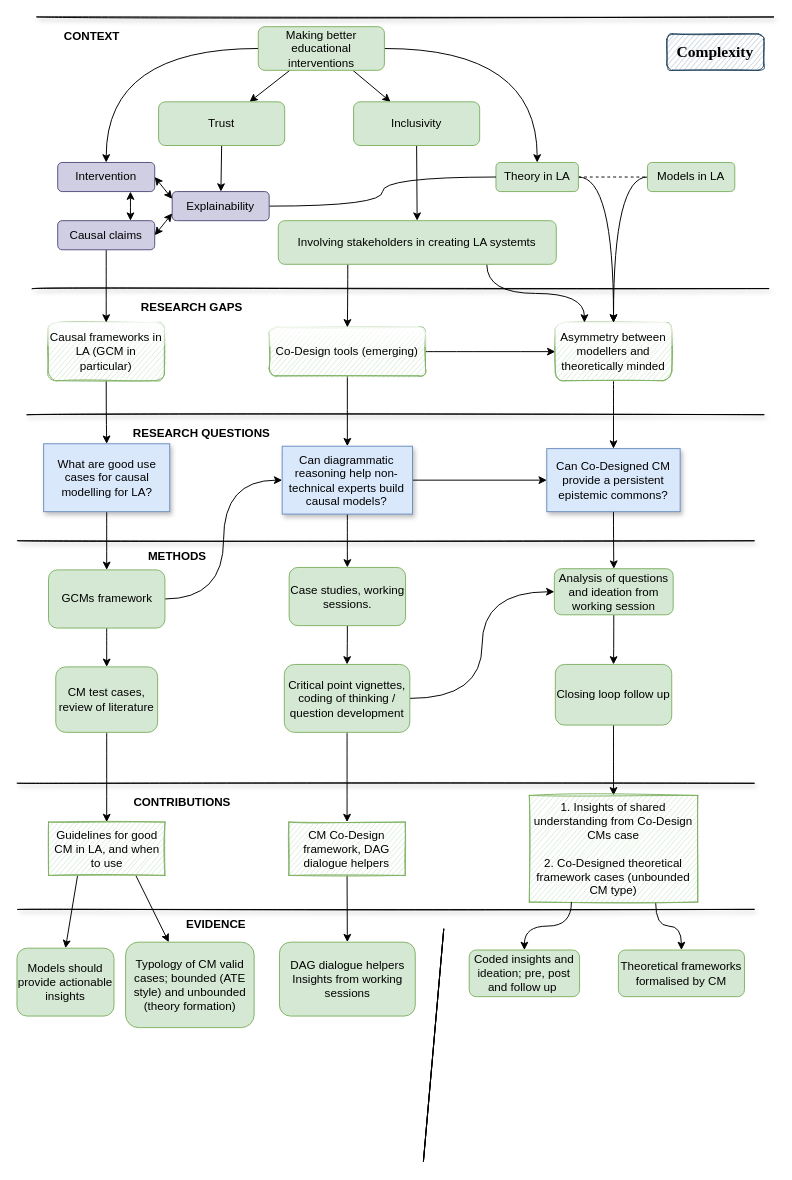
benwhicks/phd keeps this draw.io diagram as page "Page-3" (3 of 3) of Thesis diagram 8.drawio. Above is the earlier version. Source tidied: cells renumbered, new cells numbered last; positions are measured from the earlier drawing's top-left corner, leaving out a move shared by most shapes. Both pictures are drawn from the tidied source at 97%, with x=0, y=0 at pixel (16, 16).
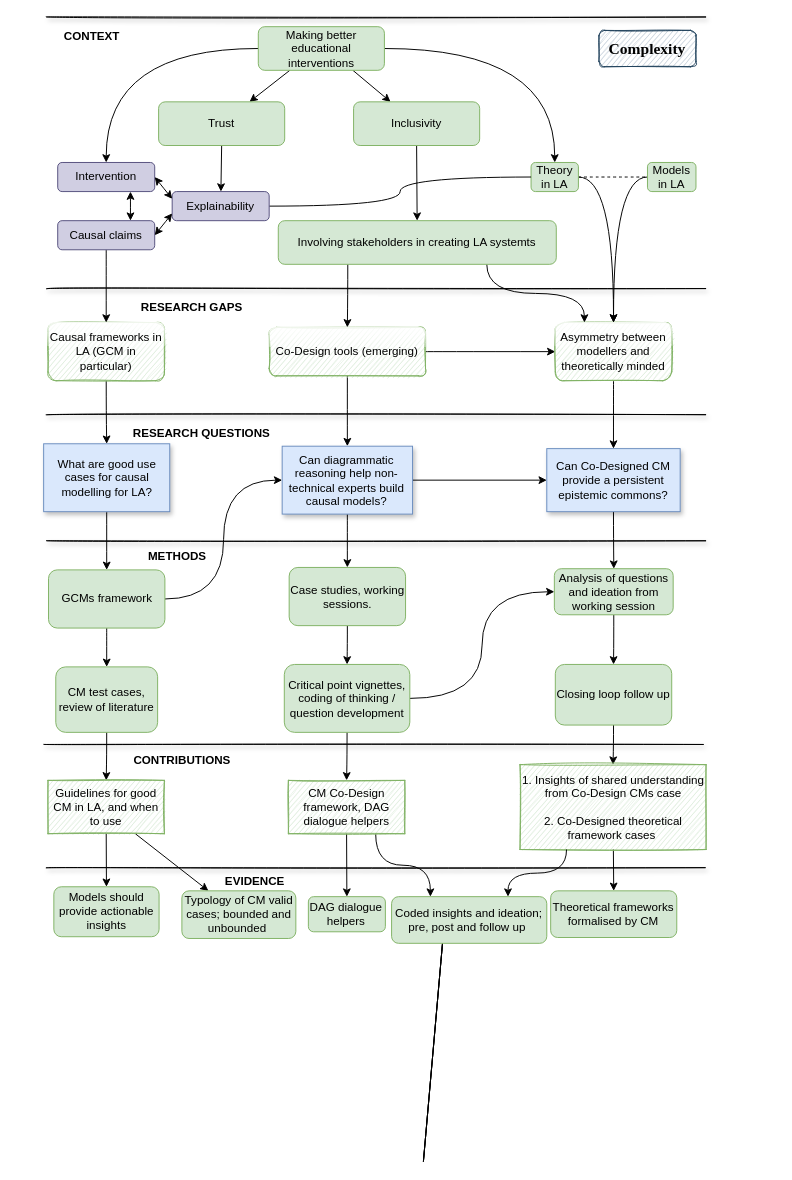
The same page after the edit.

Change to the diagram source:
```diff
@@
     <mxCell id="15" value="Models in LA" style="rounded=1;whiteSpace=wrap;html=1;fillColor=#d5e8d4;strokeColor=#82b366;" parent="1" vertex="1">
-      <mxGeometry x="650" y="150" width="90" height="30" as="geometry" />
+      <mxGeometry x="650" y="150" width="50" height="30" as="geometry" />
     </mxCell>
@@
     <mxCell id="18" value="Theory in LA" style="rounded=1;whiteSpace=wrap;html=1;fillColor=#d5e8d4;strokeColor=#82b366;" parent="1" vertex="1">
-      <mxGeometry x="493.8" y="150" width="85" height="30" as="geometry" />
+      <mxGeometry x="530" y="150" width="48.8" height="30" as="geometry" />
     </mxCell>
@@
     <mxCell id="25" value="CONTRIBUTIONS" style="text;html=1;align=center;verticalAlign=middle;strokeColor=none;fillColor=none;fontStyle=1;" parent="1" vertex="1">
-      <mxGeometry x="110" y="800" width="120" height="20" as="geometry" />
+      <mxGeometry x="109.5" y="757" width="120" height="20" as="geometry" />
     </mxCell>
     <mxCell id="26" value="EVIDENCE" style="text;html=1;align=center;verticalAlign=middle;strokeColor=none;fillColor=none;fontStyle=1;" parent="1" vertex="1">
-      <mxGeometry x="164.8" y="926" width="80" height="20" as="geometry" />
+      <mxGeometry x="205" y="880.9" width="80" height="20" as="geometry" />
     </mxCell>
@@
     <mxCell id="59" style="endArrow=none;html=1;rounded=0;sketch=1;curved=1;shadow=1;" parent="1" edge="1">
       <mxGeometry relative="1" as="geometry">
-        <mxPoint x="20" as="sourcePoint" />
-        <mxPoint x="780" as="targetPoint" />
+        <mxPoint x="30" as="sourcePoint" />
+        <mxPoint x="710" as="targetPoint" />
       </mxGeometry>
     </mxCell>
     <mxCell id="60" style="endArrow=none;html=1;rounded=0;sketch=1;curved=1;shadow=1;" parent="1" edge="1">
       <mxGeometry relative="1" as="geometry">
-        <mxPoint x="15" y="280" as="sourcePoint" />
-        <mxPoint x="775" y="280" as="targetPoint" />
+        <mxPoint x="30" y="280" as="sourcePoint" />
+        <mxPoint x="710" y="280" as="targetPoint" />
       </mxGeometry>
     </mxCell>
     <mxCell id="61" style="endArrow=none;html=1;rounded=0;sketch=1;curved=1;shadow=1;" parent="1" edge="1">
       <mxGeometry relative="1" as="geometry">
-        <mxPoint x="10" y="410" as="sourcePoint" />
-        <mxPoint x="770" y="410" as="targetPoint" />
+        <mxPoint x="30" y="410" as="sourcePoint" />
+        <mxPoint x="710" y="410" as="targetPoint" />
       </mxGeometry>
     </mxCell>
     <mxCell id="62" style="endArrow=none;html=1;rounded=0;sketch=1;curved=1;shadow=1;" parent="1" edge="1">
       <mxGeometry relative="1" as="geometry">
-        <mxPoint y="540" as="sourcePoint" />
-        <mxPoint x="760" y="540" as="targetPoint" />
+        <mxPoint x="30" y="540" as="sourcePoint" />
+        <mxPoint x="710" y="540" as="targetPoint" />
       </mxGeometry>
     </mxCell>
     <mxCell id="63" style="endArrow=none;html=1;rounded=0;sketch=1;curved=1;shadow=1;" parent="1" edge="1">
       <mxGeometry relative="1" as="geometry">
-        <mxPoint y="920" as="sourcePoint" />
-        <mxPoint x="760" y="920" as="targetPoint" />
+        <mxPoint x="29.5" y="877" as="sourcePoint" />
+        <mxPoint x="709.5" y="877" as="targetPoint" />
       </mxGeometry>
     </mxCell>
     <mxCell id="64" style="endArrow=none;html=1;rounded=0;sketch=1;curved=1;shadow=1;" parent="1" edge="1">
       <mxGeometry relative="1" as="geometry">
-        <mxPoint y="790" as="sourcePoint" />
-        <mxPoint x="760" y="790" as="targetPoint" />
+        <mxPoint x="27.5" y="750" as="sourcePoint" />
+        <mxPoint x="707.5" y="750" as="targetPoint" />
       </mxGeometry>
     </mxCell>
     <mxCell id="65" value="Complexity" style="rounded=1;whiteSpace=wrap;html=1;align=center;fillColor=#bac8d3;strokeColor=#23445d;shadow=0;sketch=1;fontFamily=Garamond;fontStyle=1;fontSize=16;" parent="1" vertex="1">
-      <mxGeometry x="670" y="17.5" width="100" height="37.5" as="geometry" />
+      <mxGeometry x="600" y="13.8" width="100" height="37.5" as="geometry" />
     </mxCell>
@@
+    <mxCell id="87" style="edgeStyle=orthogonalEdgeStyle;curved=1;rounded=0;sketch=0;jettySize=auto;html=1;exitX=0.75;exitY=1;exitDx=0;exitDy=0;entryX=0.25;entryY=0;entryDx=0;entryDy=0;fontFamily=Garamond;fontSize=16;" parent="1" edge="1" source="75" target="85">
+      <mxGeometry relative="1" as="geometry" />
+    </mxCell>
     <mxCell id="75" value="CM Co-Design framework, DAG dialogue helpers" style="whiteSpace=wrap;html=1;rounded=0;shadow=0;glass=0;sketch=1;fillColor=#d5e8d4;strokeColor=#82b366;" parent="1" vertex="1">
-      <mxGeometry x="280.3" y="830" width="120" height="55" as="geometry" />
+      <mxGeometry x="279.8" y="787" width="120" height="55" as="geometry" />
     </mxCell>
-    <mxCell id="76" style="edgeStyle=none;rounded=0;jettySize=auto;html=1;exitX=0.25;exitY=1;exitDx=0;exitDy=0;entryX=0.5;entryY=0;entryDx=0;entryDy=0;" parent="1" edge="1" source="78" target="81">
+    <mxCell id="76" style="edgeStyle=none;rounded=0;jettySize=auto;html=1;exitX=0.5;exitY=1;exitDx=0;exitDy=0;entryX=0.5;entryY=0;entryDx=0;entryDy=0;" parent="1" edge="1" source="78" target="81">
       <mxGeometry relative="1" as="geometry" />
     </mxCell>
@@
     <mxCell id="78" value="Guidelines for good CM in LA, and when to use" style="whiteSpace=wrap;html=1;rounded=0;shadow=0;glass=0;sketch=1;fillColor=#d5e8d4;strokeColor=#82b366;" parent="1" vertex="1">
-      <mxGeometry x="32.5" y="830" width="120" height="55" as="geometry" />
+      <mxGeometry x="32" y="787" width="120" height="55" as="geometry" />
     </mxCell>
-    <mxCell id="79" style="edgeStyle=orthogonalEdgeStyle;curved=1;rounded=0;sketch=0;jettySize=auto;html=1;exitX=0.75;exitY=1;exitDx=0;exitDy=0;entryX=0.5;entryY=0;entryDx=0;entryDy=0;fontFamily=Garamond;fontSize=16;" parent="1" edge="1" source="80" target="84">
+    <mxCell id="79" style="rounded=0;sketch=0;jettySize=auto;html=1;entryX=0.5;entryY=0;entryDx=0;entryDy=0;fontFamily=Garamond;fontSize=16;" parent="1" edge="1" source="80" target="84">
       <mxGeometry relative="1" as="geometry" />
     </mxCell>
-    <mxCell id="80" value="1. Insights of shared understanding from Co-Design CMs case&lt;br&gt;&lt;br&gt;2. Co-Designed theoretical framework cases (unbounded CM type)" style="whiteSpace=wrap;html=1;rounded=0;shadow=0;glass=0;sketch=1;fillColor=#d5e8d4;strokeColor=#82b366;" parent="1" vertex="1">
-      <mxGeometry x="528.2" y="802.5" width="173.6" height="110" as="geometry" />
+    <mxCell id="80" value="1. Insights of shared understanding from Co-Design CMs case&lt;br&gt;&lt;br&gt;2. Co-Designed theoretical framework cases&amp;nbsp;" style="whiteSpace=wrap;html=1;rounded=0;shadow=0;glass=0;sketch=1;fillColor=#d5e8d4;strokeColor=#82b366;" parent="1" vertex="1">
+      <mxGeometry x="518.6" y="770.8" width="191.8" height="87.5" as="geometry" />
     </mxCell>
     <mxCell id="81" value="Models should provide actionable insights" style="rounded=1;whiteSpace=wrap;html=1;sketch=0;fillColor=#d5e8d4;strokeColor=#82b366;gradientColor=none;shadow=0;" parent="1" vertex="1">
-      <mxGeometry y="960" width="100" height="70" as="geometry" />
+      <mxGeometry x="38" y="896.7" width="108.5" height="51.5" as="geometry" />
     </mxCell>
-    <mxCell id="82" value="Typology of CM valid cases; bounded (ATE style) and unbounded (theory formation)" style="rounded=1;whiteSpace=wrap;html=1;sketch=0;fillColor=#d5e8d4;strokeColor=#82b366;gradientColor=none;shadow=0;" parent="1" vertex="1">
-      <mxGeometry x="112" y="953.8" width="132.5" height="88.1" as="geometry" />
+    <mxCell id="82" value="Typology of CM valid cases; bounded and unbounded&amp;nbsp;" style="rounded=1;whiteSpace=wrap;html=1;sketch=0;fillColor=#d5e8d4;strokeColor=#82b366;gradientColor=none;shadow=0;" parent="1" vertex="1">
+      <mxGeometry x="170" y="900.9" width="117.5" height="49.1" as="geometry" />
     </mxCell>
-    <mxCell id="83" value="DAG dialogue helpers&lt;br&gt;Insights from working sessions" style="rounded=1;whiteSpace=wrap;html=1;sketch=0;fillColor=#d5e8d4;strokeColor=#82b366;gradientColor=none;shadow=0;" parent="1" vertex="1">
-      <mxGeometry x="270.6" y="953.8" width="140" height="76.2" as="geometry" />
+    <mxCell id="83" value="DAG dialogue helpers" style="rounded=1;whiteSpace=wrap;html=1;sketch=0;fillColor=#d5e8d4;strokeColor=#82b366;gradientColor=none;shadow=0;" parent="1" vertex="1">
+      <mxGeometry x="300.4" y="906.9" width="79.4" height="36.2" as="geometry" />
     </mxCell>
     <mxCell id="84" value="Theoretical frameworks formalised by CM" style="rounded=1;whiteSpace=wrap;html=1;sketch=0;fillColor=#d5e8d4;strokeColor=#82b366;gradientColor=none;shadow=0;" parent="1" vertex="1">
-      <mxGeometry x="620" y="961.9" width="130" height="48.1" as="geometry" />
+      <mxGeometry x="550.2" y="900.9" width="130" height="48.1" as="geometry" />
     </mxCell>
     <mxCell id="85" value="Coded insights and ideation; pre, post and follow up&amp;nbsp;" style="rounded=1;whiteSpace=wrap;html=1;sketch=0;fillColor=#d5e8d4;strokeColor=#82b366;gradientColor=none;shadow=0;" parent="1" vertex="1">
-      <mxGeometry x="466.2" y="961.9" width="113.8" height="48.1" as="geometry" />
+      <mxGeometry x="386.2" y="906.9" width="160" height="48.1" as="geometry" />
     </mxCell>
-    <mxCell id="86" style="edgeStyle=orthogonalEdgeStyle;curved=1;rounded=0;sketch=0;jettySize=auto;html=1;exitX=0.25;exitY=1;exitDx=0;exitDy=0;entryX=0.5;entryY=0;entryDx=0;entryDy=0;fontFamily=Garamond;fontSize=16;" parent="1" edge="1" source="80" target="85">
+    <mxCell id="86" style="edgeStyle=orthogonalEdgeStyle;curved=1;rounded=0;sketch=0;jettySize=auto;html=1;exitX=0.25;exitY=1;exitDx=0;exitDy=0;entryX=0.75;entryY=0;entryDx=0;entryDy=0;fontFamily=Garamond;fontSize=16;" parent="1" edge="1" source="80" target="85">
       <mxGeometry relative="1" as="geometry" />
     </mxCell>
```
